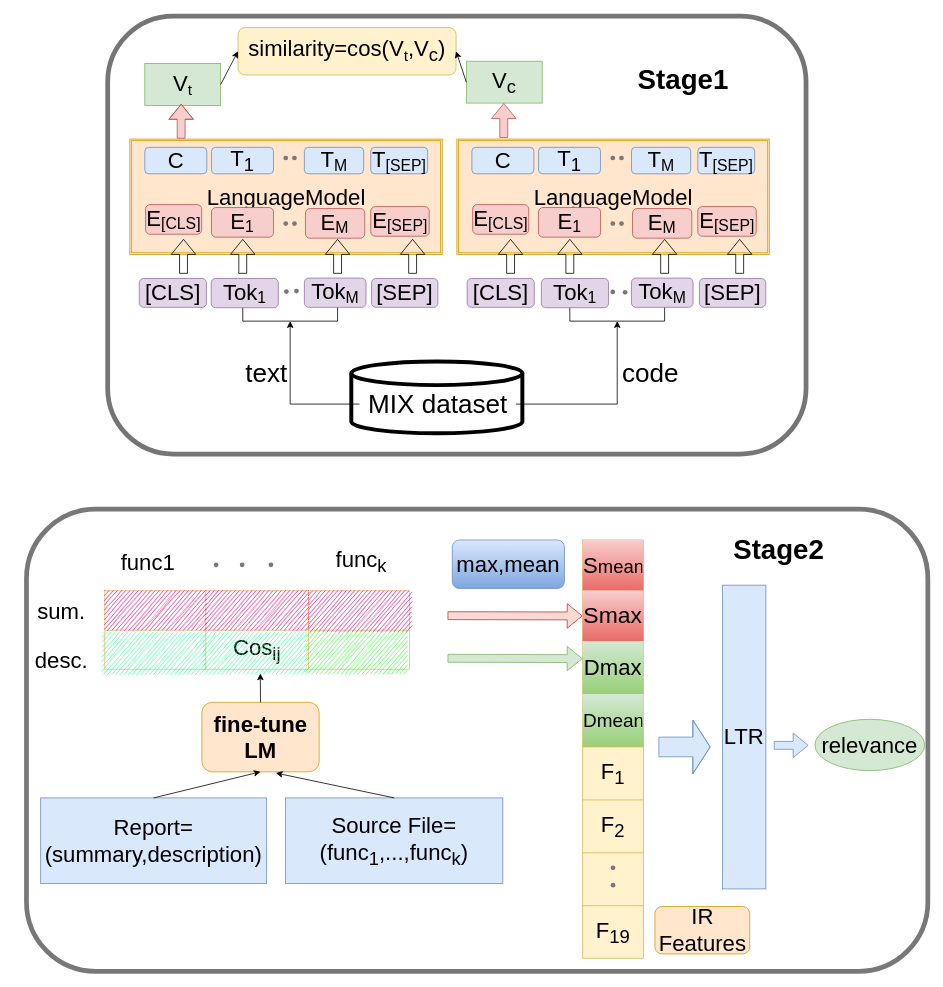
The draw.io diagram Copy of V2_Untitled Diagram.drawio in hangdj/BERT-PLI-IJCAI2020, before the edit. Source tidied: cells renumbered, new cells numbered last; positions are measured from the earlier drawing's top-left corner, leaving out a move shared by most shapes. Both pictures are drawn from the tidied source at 79%, with x=0, y=0 at pixel (13, 16).
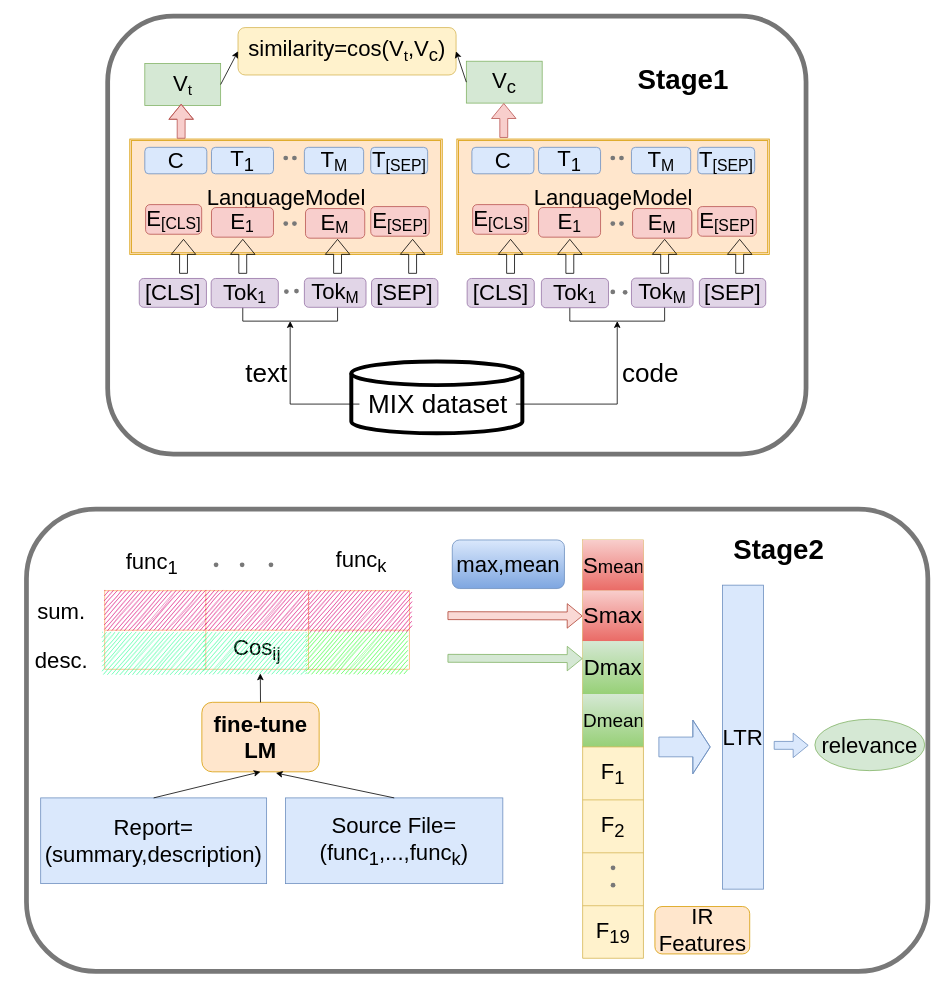
After the change.

Diff of the diagram source:
```diff
@@
-    <mxCell id="32" value="&lt;font&gt;&lt;sub&gt;&lt;span style=&quot;font-size: 28px&quot;&gt;func1&lt;/span&gt;&lt;/sub&gt;&lt;/font&gt;" style="text;html=1;strokeColor=none;fillColor=none;align=center;verticalAlign=middle;whiteSpace=wrap;overflow=hidden;" parent="1" vertex="1">
-      <mxGeometry x="115" y="669" width="110" height="44" as="geometry" />
-    </mxCell>
@@
     <mxCell id="65" value="&lt;p&gt;&lt;font style=&quot;font-size: 28px&quot;&gt;LTR&lt;/font&gt;&lt;/p&gt;" style="rounded=0;whiteSpace=wrap;html=1;comic=0;strokeColor=#6c8ebf;strokeWidth=1;fillColor=#dae8fc;" parent="1" vertex="1">
-      <mxGeometry x="897" y="720.2" width="55" height="384.5" as="geometry" />
+      <mxGeometry x="897" y="720.2" width="52" height="384.8" as="geometry" />
     </mxCell>
@@
+    <mxCell id="121" value="&lt;font style=&quot;font-size: 28px&quot;&gt;&lt;font style=&quot;font-size: 28px&quot;&gt;func&lt;sub&gt;1&lt;/sub&gt;&lt;/font&gt;&lt;/font&gt;" style="text;html=1;strokeColor=none;fillColor=none;align=center;verticalAlign=middle;whiteSpace=wrap;overflow=hidden;" parent="1" vertex="1">
+      <mxGeometry x="112" y="670.5" width="125.5" height="44" as="geometry" />
+    </mxCell>
```
